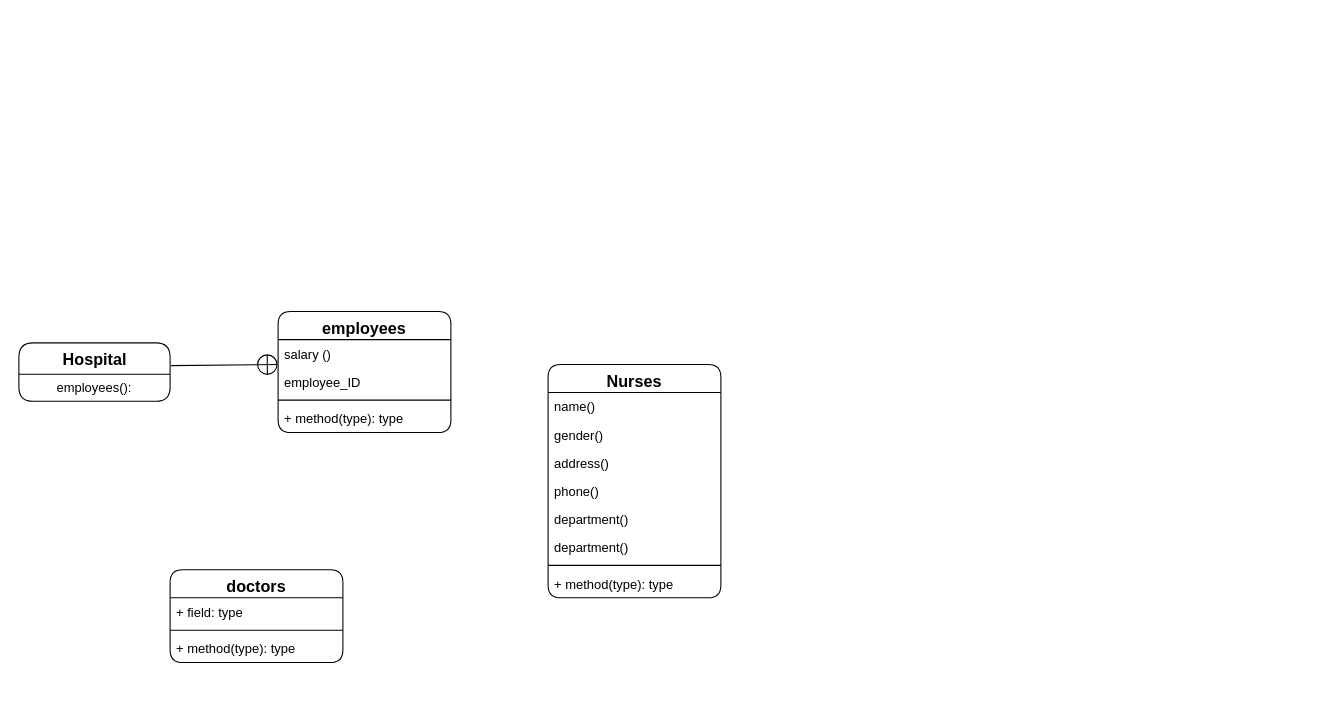
The draw.io diagram uml.drawio in skeeperloyaltie/suhail_py, before the edit. Source tidied: cells renumbered, new cells numbered last; positions are measured from the earlier drawing's top-left corner, leaving out a move shared by most shapes. Both pictures are drawn from the tidied source at 108%, with x=0, y=0 at pixel (18, 311).
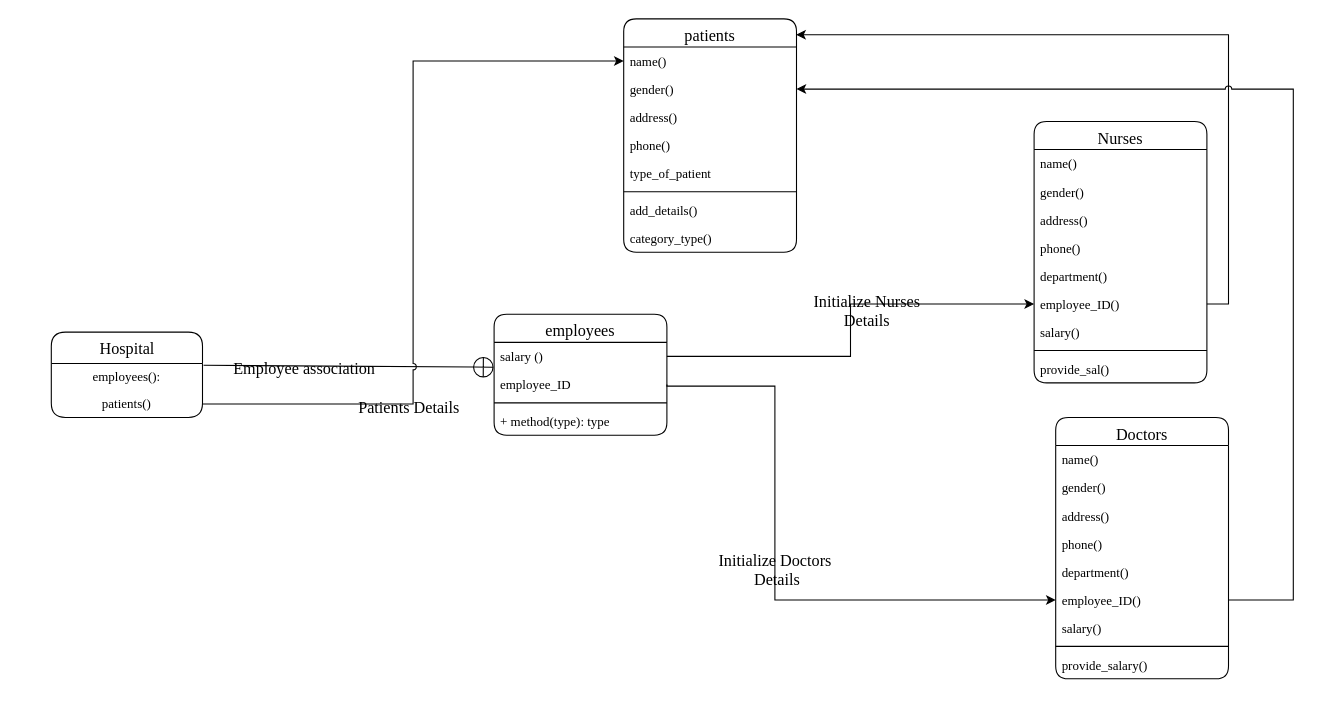
After the change.

Diff of the diagram source:
```diff
@@
-    <mxCell id="2" value="Hospital" style="swimlane;fontStyle=1;align=center;verticalAlign=middle;horizontal=1;startSize=29;html=1;fontSize=15;rounded=1;" parent="1" vertex="1">
-      <mxGeometry y="29" width="140" height="54" as="geometry" />
+    <mxCell id="2" value="Hospital" style="swimlane;fontStyle=0;align=center;verticalAlign=middle;horizontal=1;startSize=29;html=1;fontSize=15;rounded=1;fontFamily=Times New Roman;labelBackgroundColor=none;" parent="1" vertex="1">
+      <mxGeometry x="30" y="19" width="140" height="79" as="geometry" />
     </mxCell>
-    <mxCell id="3" value="employees():" style="text;html=1;strokeColor=none;fillColor=none;align=center;verticalAlign=middle;spacingLeft=4;spacingRight=4;overflow=hidden;shadow=0;rounded=1;" parent="2" vertex="1">
+    <mxCell id="3" value="employees():" style="text;html=1;strokeColor=none;fillColor=none;align=center;verticalAlign=middle;spacingLeft=4;spacingRight=4;overflow=hidden;shadow=0;rounded=1;fontFamily=Times New Roman;labelBackgroundColor=none;fontStyle=0;" parent="2" vertex="1">
       <mxGeometry y="29" width="140" height="25" as="geometry" />
     </mxCell>
+    <mxCell id="23" value="patients()" style="text;html=1;strokeColor=none;fillColor=none;align=center;verticalAlign=middle;spacingLeft=4;spacingRight=4;overflow=hidden;points=[[0,0.5],[1,0.5]];portConstraint=eastwest;shadow=0;rounded=1;fontFamily=Times New Roman;labelBackgroundColor=none;fontStyle=0;" parent="2" vertex="1">
+      <mxGeometry y="54" width="140" height="25" as="geometry" />
+    </mxCell>
-    <mxCell id="4" value="employees" style="swimlane;fontStyle=1;align=center;verticalAlign=top;horizontal=1;startSize=26;fontSize=15;swimlaneLine=1;rounded=1;" parent="1" vertex="1">
-      <mxGeometry x="240" width="160" height="112" as="geometry" />
+    <mxCell id="4" value="employees" style="swimlane;fontStyle=0;align=center;verticalAlign=top;horizontal=1;startSize=26;fontSize=15;swimlaneLine=1;rounded=1;fontFamily=Times New Roman;labelBackgroundColor=none;" parent="1" vertex="1">
+      <mxGeometry x="440" y="2.5" width="160" height="112" as="geometry" />
     </mxCell>
-    <mxCell id="5" value="salary ()" style="text;strokeColor=none;fillColor=none;align=left;verticalAlign=top;spacingLeft=4;spacingRight=4;overflow=hidden;points=[[0,0.5],[1,0.5]];portConstraint=eastwest;" parent="4" vertex="1">
+    <mxCell id="5" value="salary ()" style="text;strokeColor=none;fillColor=none;align=left;verticalAlign=top;spacingLeft=4;spacingRight=4;overflow=hidden;points=[[0,0.5],[1,0.5]];portConstraint=eastwest;fontFamily=Times New Roman;labelBackgroundColor=none;fontStyle=0;" parent="4" vertex="1">
       <mxGeometry y="26" width="160" height="26" as="geometry" />
     </mxCell>
-    <mxCell id="6" value="employee_ID" style="text;strokeColor=none;fillColor=none;align=left;verticalAlign=top;spacingLeft=4;spacingRight=4;overflow=hidden;points=[[0,0.5],[1,0.5]];portConstraint=eastwest;" parent="4" vertex="1">
+    <mxCell id="6" value="employee_ID" style="text;strokeColor=none;fillColor=none;align=left;verticalAlign=top;spacingLeft=4;spacingRight=4;overflow=hidden;points=[[0,0.5],[1,0.5]];portConstraint=eastwest;fontFamily=Times New Roman;labelBackgroundColor=none;fontStyle=0;" parent="4" vertex="1">
       <mxGeometry y="52" width="160" height="26" as="geometry" />
     </mxCell>
-    <mxCell id="7" style="line;strokeWidth=1;fillColor=none;align=left;verticalAlign=middle;spacingTop=-1;spacingLeft=3;spacingRight=3;labelPosition=right;" parent="4" vertex="1">
+    <mxCell id="7" style="line;strokeWidth=1;fillColor=none;align=left;verticalAlign=middle;spacingTop=-1;spacingLeft=3;spacingRight=3;labelPosition=right;fontFamily=Times New Roman;labelBackgroundColor=none;fontStyle=0;" parent="4" vertex="1">
       <mxGeometry y="78" width="160" height="8" as="geometry" />
     </mxCell>
-    <mxCell id="8" value="+ method(type): type" style="text;strokeColor=none;fillColor=none;align=left;verticalAlign=top;spacingLeft=4;spacingRight=4;overflow=hidden;" parent="4" vertex="1">
+    <mxCell id="8" value="+ method(type): type" style="text;strokeColor=none;fillColor=none;align=left;verticalAlign=top;spacingLeft=4;spacingRight=4;overflow=hidden;fontFamily=Times New Roman;labelBackgroundColor=none;fontStyle=0;" parent="4" vertex="1">
       <mxGeometry y="86" width="160" height="26" as="geometry" />
     </mxCell>
-    <mxCell id="9" style="endArrow=circlePlus;startArrow=none;endFill=0;startFill=0;endSize=8;html=1;labelBackgroundColor=none;fontSize=15;exitX=1.007;exitY=0.389;exitDx=0;exitDy=0;exitPerimeter=0;entryX=0;entryY=0.885;entryDx=0;entryDy=0;entryPerimeter=0;" parent="1" edge="1" source="2" target="5">
+    <mxCell id="9" style="endArrow=circlePlus;startArrow=none;endFill=0;startFill=0;endSize=8;html=1;labelBackgroundColor=none;fontSize=15;exitX=1.007;exitY=0.389;exitDx=0;exitDy=0;exitPerimeter=0;entryX=0;entryY=0.885;entryDx=0;entryDy=0;entryPerimeter=0;fontFamily=Times New Roman;fontStyle=0;" parent="1" edge="1" source="2" target="5">
       <mxGeometry relative="1" as="geometry" />
     </mxCell>
-    <mxCell id="10" value="doctors" style="swimlane;fontStyle=1;align=center;verticalAlign=top;horizontal=1;startSize=26;rounded=1;shadow=0;fontSize=15;" parent="1" vertex="1">
-      <mxGeometry x="140" y="239" width="160" height="86" as="geometry" />
-    </mxCell>
-    <mxCell id="11" value="+ field: type" style="text;strokeColor=none;fillColor=none;align=left;verticalAlign=top;spacingLeft=4;spacingRight=4;overflow=hidden;" parent="10" vertex="1">
-      <mxGeometry y="26" width="160" height="26" as="geometry" />
-    </mxCell>
-    <mxCell id="12" style="line;strokeWidth=1;fillColor=none;align=left;verticalAlign=middle;spacingTop=-1;spacingLeft=3;spacingRight=3;labelPosition=right;" parent="10" vertex="1">
-      <mxGeometry y="52" width="160" height="8" as="geometry" />
-    </mxCell>
-    <mxCell id="13" value="+ method(type): type" style="text;strokeColor=none;fillColor=none;align=left;verticalAlign=top;spacingLeft=4;spacingRight=4;overflow=hidden;" parent="10" vertex="1">
-      <mxGeometry y="60" width="160" height="26" as="geometry" />
-    </mxCell>
+    <mxCell id="24" value="Employee association" style="edgeLabel;html=1;align=center;verticalAlign=middle;fontSize=15;fontFamily=Times New Roman;labelBackgroundColor=none;fontStyle=0;" parent="9" vertex="1">
+      <mxGeometry x="-0.3" y="-1" relative="1" as="geometry">
+        <mxPoint x="-1" as="offset" />
+      </mxGeometry>
+    </mxCell>
-    <mxCell id="14" value="Nurses" style="swimlane;fontStyle=1;align=center;verticalAlign=top;horizontal=1;startSize=26;rounded=1;shadow=0;fontSize=15;" parent="1" vertex="1">
-      <mxGeometry x="490" y="49" width="160" height="216" as="geometry" />
+    <mxCell id="14" value="Nurses" style="swimlane;fontStyle=0;align=center;verticalAlign=top;horizontal=1;startSize=26;rounded=1;shadow=0;fontSize=15;fontFamily=Times New Roman;labelBackgroundColor=none;" parent="1" vertex="1">
+      <mxGeometry x="940" y="-176" width="160" height="242" as="geometry" />
     </mxCell>
-    <mxCell id="15" value="name()" style="text;strokeColor=none;fillColor=none;align=left;verticalAlign=top;spacingLeft=4;spacingRight=4;overflow=hidden;" parent="14" vertex="1">
+    <mxCell id="15" value="name()" style="text;strokeColor=none;fillColor=none;align=left;verticalAlign=top;spacingLeft=4;spacingRight=4;overflow=hidden;fontFamily=Times New Roman;labelBackgroundColor=none;fontStyle=0;" parent="14" vertex="1">
       <mxGeometry y="26" width="160" height="26" as="geometry" />
     </mxCell>
-    <mxCell id="16" value="gender()" style="text;strokeColor=none;fillColor=none;align=left;verticalAlign=top;spacingLeft=4;spacingRight=4;overflow=hidden;" parent="14" vertex="1">
+    <mxCell id="16" value="gender()" style="text;strokeColor=none;fillColor=none;align=left;verticalAlign=top;spacingLeft=4;spacingRight=4;overflow=hidden;fontFamily=Times New Roman;labelBackgroundColor=none;fontStyle=0;" parent="14" vertex="1">
       <mxGeometry y="52" width="160" height="26" as="geometry" />
     </mxCell>
-    <mxCell id="17" value="address()" style="text;strokeColor=none;fillColor=none;align=left;verticalAlign=top;spacingLeft=4;spacingRight=4;overflow=hidden;" parent="14" vertex="1">
+    <mxCell id="17" value="address()" style="text;strokeColor=none;fillColor=none;align=left;verticalAlign=top;spacingLeft=4;spacingRight=4;overflow=hidden;fontFamily=Times New Roman;labelBackgroundColor=none;fontStyle=0;" parent="14" vertex="1">
       <mxGeometry y="78" width="160" height="26" as="geometry" />
     </mxCell>
-    <mxCell id="18" value="phone()" style="text;strokeColor=none;fillColor=none;align=left;verticalAlign=top;spacingLeft=4;spacingRight=4;overflow=hidden;" parent="14" vertex="1">
+    <mxCell id="18" value="phone()" style="text;strokeColor=none;fillColor=none;align=left;verticalAlign=top;spacingLeft=4;spacingRight=4;overflow=hidden;fontFamily=Times New Roman;labelBackgroundColor=none;fontStyle=0;" parent="14" vertex="1">
       <mxGeometry y="104" width="160" height="26" as="geometry" />
     </mxCell>
-    <mxCell id="19" value="department()" style="text;strokeColor=none;fillColor=none;align=left;verticalAlign=top;spacingLeft=4;spacingRight=4;overflow=hidden;" parent="14" vertex="1">
+    <mxCell id="19" value="department()" style="text;strokeColor=none;fillColor=none;align=left;verticalAlign=top;spacingLeft=4;spacingRight=4;overflow=hidden;fontFamily=Times New Roman;labelBackgroundColor=none;fontStyle=0;" parent="14" vertex="1">
       <mxGeometry y="130" width="160" height="26" as="geometry" />
     </mxCell>
-    <mxCell id="20" value="department()" style="text;strokeColor=none;fillColor=none;align=left;verticalAlign=top;spacingLeft=4;spacingRight=4;overflow=hidden;points=[[0,0.5],[1,0.5]];portConstraint=eastwest;" parent="14" vertex="1">
+    <mxCell id="20" value="employee_ID()" style="text;strokeColor=none;fillColor=none;align=left;verticalAlign=top;spacingLeft=4;spacingRight=4;overflow=hidden;points=[[0,0.5],[1,0.5]];portConstraint=eastwest;fontFamily=Times New Roman;labelBackgroundColor=none;fontStyle=0;" parent="14" vertex="1">
       <mxGeometry y="156" width="160" height="26" as="geometry" />
     </mxCell>
+    <mxCell id="25" value="salary()" style="text;strokeColor=none;fillColor=none;align=left;verticalAlign=top;spacingLeft=4;spacingRight=4;overflow=hidden;fontFamily=Times New Roman;labelBackgroundColor=none;fontStyle=0;" parent="14" vertex="1">
+      <mxGeometry y="182" width="160" height="26" as="geometry" />
+    </mxCell>
-    <mxCell id="21" style="line;strokeWidth=1;fillColor=none;align=left;verticalAlign=middle;spacingTop=-1;spacingLeft=3;spacingRight=3;labelPosition=right;" parent="14" vertex="1">
-      <mxGeometry y="182" width="160" height="8" as="geometry" />
+    <mxCell id="21" style="line;strokeWidth=1;fillColor=none;align=left;verticalAlign=middle;spacingTop=-1;spacingLeft=3;spacingRight=3;labelPosition=right;fontFamily=Times New Roman;labelBackgroundColor=none;fontStyle=0;" parent="14" vertex="1">
+      <mxGeometry y="208" width="160" height="8" as="geometry" />
     </mxCell>
-    <mxCell id="22" value="+ method(type): type" style="text;strokeColor=none;fillColor=none;align=left;verticalAlign=top;spacingLeft=4;spacingRight=4;overflow=hidden;" parent="14" vertex="1">
-      <mxGeometry y="190" width="160" height="26" as="geometry" />
+    <mxCell id="22" value="provide_sal()" style="text;strokeColor=none;fillColor=none;align=left;verticalAlign=top;spacingLeft=4;spacingRight=4;overflow=hidden;fontFamily=Times New Roman;labelBackgroundColor=none;fontStyle=0;" parent="14" vertex="1">
+      <mxGeometry y="216" width="160" height="26" as="geometry" />
     </mxCell>
+    <mxCell id="26" value="Doctors&#10;" style="swimlane;fontStyle=0;align=center;verticalAlign=top;horizontal=1;startSize=26;rounded=1;shadow=0;fontSize=15;fontFamily=Times New Roman;labelBackgroundColor=none;" parent="1" vertex="1">
+      <mxGeometry x="960" y="98" width="160" height="242" as="geometry" />
+    </mxCell>
+    <mxCell id="27" value="name()" style="text;strokeColor=none;fillColor=none;align=left;verticalAlign=top;spacingLeft=4;spacingRight=4;overflow=hidden;fontFamily=Times New Roman;labelBackgroundColor=none;fontStyle=0;" parent="26" vertex="1">
+      <mxGeometry y="26" width="160" height="26" as="geometry" />
+    </mxCell>
+    <mxCell id="28" value="gender()" style="text;strokeColor=none;fillColor=none;align=left;verticalAlign=top;spacingLeft=4;spacingRight=4;overflow=hidden;fontFamily=Times New Roman;labelBackgroundColor=none;fontStyle=0;" parent="26" vertex="1">
+      <mxGeometry y="52" width="160" height="26" as="geometry" />
+    </mxCell>
+    <mxCell id="29" value="address()" style="text;strokeColor=none;fillColor=none;align=left;verticalAlign=top;spacingLeft=4;spacingRight=4;overflow=hidden;fontFamily=Times New Roman;labelBackgroundColor=none;fontStyle=0;" parent="26" vertex="1">
+      <mxGeometry y="78" width="160" height="26" as="geometry" />
+    </mxCell>
+    <mxCell id="30" value="phone()" style="text;strokeColor=none;fillColor=none;align=left;verticalAlign=top;spacingLeft=4;spacingRight=4;overflow=hidden;fontFamily=Times New Roman;labelBackgroundColor=none;fontStyle=0;" parent="26" vertex="1">
+      <mxGeometry y="104" width="160" height="26" as="geometry" />
+    </mxCell>
+    <mxCell id="31" value="department()" style="text;strokeColor=none;fillColor=none;align=left;verticalAlign=top;spacingLeft=4;spacingRight=4;overflow=hidden;fontFamily=Times New Roman;labelBackgroundColor=none;fontStyle=0;" parent="26" vertex="1">
+      <mxGeometry y="130" width="160" height="26" as="geometry" />
+    </mxCell>
+    <mxCell id="32" value="employee_ID()" style="text;strokeColor=none;fillColor=none;align=left;verticalAlign=top;spacingLeft=4;spacingRight=4;overflow=hidden;points=[[0,0.5],[1,0.5]];portConstraint=eastwest;fontFamily=Times New Roman;labelBackgroundColor=none;fontStyle=0;" parent="26" vertex="1">
+      <mxGeometry y="156" width="160" height="26" as="geometry" />
+    </mxCell>
+    <mxCell id="33" value="salary()" style="text;strokeColor=none;fillColor=none;align=left;verticalAlign=top;spacingLeft=4;spacingRight=4;overflow=hidden;fontFamily=Times New Roman;labelBackgroundColor=none;fontStyle=0;" parent="26" vertex="1">
+      <mxGeometry y="182" width="160" height="26" as="geometry" />
+    </mxCell>
+    <mxCell id="34" style="line;strokeWidth=1;fillColor=none;align=left;verticalAlign=middle;spacingTop=-1;spacingLeft=3;spacingRight=3;labelPosition=right;fontFamily=Times New Roman;labelBackgroundColor=none;fontStyle=0;" parent="26" vertex="1">
+      <mxGeometry y="208" width="160" height="8" as="geometry" />
+    </mxCell>
+    <mxCell id="35" value="provide_salary()" style="text;strokeColor=none;fillColor=none;align=left;verticalAlign=top;spacingLeft=4;spacingRight=4;overflow=hidden;fontFamily=Times New Roman;labelBackgroundColor=none;fontStyle=0;" parent="26" vertex="1">
+      <mxGeometry y="216" width="160" height="26" as="geometry" />
+    </mxCell>
+    <mxCell id="36" value="patients" style="swimlane;fontStyle=0;align=center;verticalAlign=top;horizontal=1;startSize=26;rounded=1;shadow=0;fontSize=15;fontFamily=Times New Roman;labelBackgroundColor=none;" parent="1" vertex="1">
+      <mxGeometry x="560" y="-271" width="160" height="216" as="geometry" />
+    </mxCell>
+    <mxCell id="37" value="name()" style="text;strokeColor=none;fillColor=none;align=left;verticalAlign=top;spacingLeft=4;spacingRight=4;overflow=hidden;points=[[0,0.5],[1,0.5]];portConstraint=eastwest;fontFamily=Times New Roman;labelBackgroundColor=none;fontStyle=0;" parent="36" vertex="1">
+      <mxGeometry y="26" width="160" height="26" as="geometry" />
+    </mxCell>
+    <mxCell id="38" value="gender()" style="text;strokeColor=none;fillColor=none;align=left;verticalAlign=top;spacingLeft=4;spacingRight=4;overflow=hidden;points=[[0,0.5],[1,0.5]];portConstraint=eastwest;fontFamily=Times New Roman;labelBackgroundColor=none;fontStyle=0;" parent="36" vertex="1">
+      <mxGeometry y="52" width="160" height="26" as="geometry" />
+    </mxCell>
+    <mxCell id="39" value="address()" style="text;strokeColor=none;fillColor=none;align=left;verticalAlign=top;spacingLeft=4;spacingRight=4;overflow=hidden;fontFamily=Times New Roman;labelBackgroundColor=none;fontStyle=0;" parent="36" vertex="1">
+      <mxGeometry y="78" width="160" height="26" as="geometry" />
+    </mxCell>
+    <mxCell id="40" value="phone()" style="text;strokeColor=none;fillColor=none;align=left;verticalAlign=top;spacingLeft=4;spacingRight=4;overflow=hidden;fontFamily=Times New Roman;labelBackgroundColor=none;fontStyle=0;" parent="36" vertex="1">
+      <mxGeometry y="104" width="160" height="26" as="geometry" />
+    </mxCell>
+    <mxCell id="41" value="type_of_patient" style="text;strokeColor=none;fillColor=none;align=left;verticalAlign=top;spacingLeft=4;spacingRight=4;overflow=hidden;fontFamily=Times New Roman;labelBackgroundColor=none;fontStyle=0;" parent="36" vertex="1">
+      <mxGeometry y="130" width="160" height="26" as="geometry" />
+    </mxCell>
+    <mxCell id="42" style="line;strokeWidth=1;fillColor=none;align=left;verticalAlign=middle;spacingTop=-1;spacingLeft=3;spacingRight=3;labelPosition=right;fontFamily=Times New Roman;labelBackgroundColor=none;fontStyle=0;" parent="36" vertex="1">
+      <mxGeometry y="156" width="160" height="8" as="geometry" />
+    </mxCell>
+    <mxCell id="43" value="add_details()" style="text;strokeColor=none;fillColor=none;align=left;verticalAlign=top;spacingLeft=4;spacingRight=4;overflow=hidden;fontFamily=Times New Roman;labelBackgroundColor=none;fontStyle=0;" parent="36" vertex="1">
+      <mxGeometry y="164" width="160" height="26" as="geometry" />
+    </mxCell>
+    <mxCell id="44" value="category_type()" style="text;strokeColor=none;fillColor=none;align=left;verticalAlign=top;spacingLeft=4;spacingRight=4;overflow=hidden;fontFamily=Times New Roman;labelBackgroundColor=none;fontStyle=0;" parent="36" vertex="1">
+      <mxGeometry y="190" width="160" height="26" as="geometry" />
+    </mxCell>
+    <mxCell id="45" style="edgeStyle=orthogonalEdgeStyle;rounded=0;jettySize=auto;html=1;exitX=1;exitY=0.5;exitDx=0;exitDy=0;entryX=0;entryY=0.5;entryDx=0;entryDy=0;fontSize=15;jumpStyle=arc;fontFamily=Times New Roman;labelBackgroundColor=none;fontStyle=0;" parent="1" edge="1" source="23" target="37">
+      <mxGeometry relative="1" as="geometry" />
+    </mxCell>
+    <mxCell id="46" value="Patients Details" style="edgeLabel;html=1;align=center;verticalAlign=middle;fontSize=15;fontFamily=Times New Roman;labelBackgroundColor=none;fontStyle=0;" parent="45" vertex="1">
+      <mxGeometry x="-0.25" y="5" relative="1" as="geometry">
+        <mxPoint y="72" as="offset" />
+      </mxGeometry>
+    </mxCell>
+    <mxCell id="47" style="edgeStyle=orthogonalEdgeStyle;rounded=0;jettySize=auto;html=1;exitX=1;exitY=0.5;exitDx=0;exitDy=0;entryX=0;entryY=0.5;entryDx=0;entryDy=0;fontSize=15;fontFamily=Times New Roman;labelBackgroundColor=none;fontStyle=0;" parent="1" edge="1" source="5" target="20">
+      <mxGeometry relative="1" as="geometry" />
+    </mxCell>
+    <mxCell id="48" value="Initialize Nurses &lt;br&gt;Details" style="edgeLabel;html=1;align=center;verticalAlign=middle;fontSize=15;fontFamily=Times New Roman;labelBackgroundColor=none;fontStyle=0;" parent="47" vertex="1">
+      <mxGeometry x="0.2" y="-5" relative="1" as="geometry" />
+    </mxCell>
+    <mxCell id="49" style="edgeStyle=orthogonalEdgeStyle;rounded=0;jettySize=auto;html=1;exitX=1;exitY=0.5;exitDx=0;exitDy=0;entryX=0;entryY=0.5;entryDx=0;entryDy=0;fontSize=15;fontFamily=Times New Roman;labelBackgroundColor=none;fontStyle=0;" parent="1" edge="1" source="6" target="32">
+      <mxGeometry relative="1" as="geometry">
+        <Array as="points">
+          <mxPoint x="600" y="69" />
+          <mxPoint x="700" y="69" />
+          <mxPoint x="700" y="267" />
+        </Array>
+      </mxGeometry>
+    </mxCell>
+    <mxCell id="50" value="Initialize Doctors&lt;br&gt;&amp;nbsp;Details" style="edgeLabel;html=1;align=center;verticalAlign=middle;fontSize=15;fontFamily=Times New Roman;labelBackgroundColor=none;fontStyle=0;" parent="49" vertex="1">
+      <mxGeometry x="-0.03" y="-1" relative="1" as="geometry" />
+    </mxCell>
+    <mxCell id="51" style="edgeStyle=orthogonalEdgeStyle;rounded=0;jumpStyle=arc;jettySize=auto;html=1;exitX=1;exitY=0.5;exitDx=0;exitDy=0;entryX=0.998;entryY=0.068;entryDx=0;entryDy=0;entryPerimeter=0;fontSize=15;fontFamily=Times New Roman;labelBackgroundColor=none;fontStyle=0;" parent="1" edge="1" source="20" target="36">
+      <mxGeometry relative="1" as="geometry" />
+    </mxCell>
+    <mxCell id="52" style="edgeStyle=orthogonalEdgeStyle;rounded=0;jumpStyle=arc;jettySize=auto;html=1;exitX=1;exitY=0.5;exitDx=0;exitDy=0;fontSize=15;fontFamily=Times New Roman;labelBackgroundColor=none;fontStyle=0;" parent="1" edge="1" source="32" target="38">
+      <mxGeometry relative="1" as="geometry">
+        <Array as="points">
+          <mxPoint x="1180" y="267" />
+          <mxPoint x="1180" y="-206" />
+        </Array>
+      </mxGeometry>
+    </mxCell>
```
